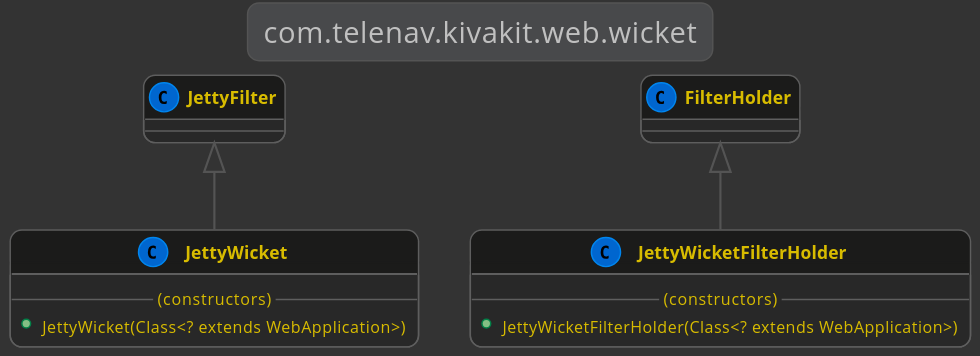
Earlier version of the PlantUML export kivakit-web/wicket/documentation/diagrams/com.telenav.kivakit.web.wicket.svg (Telenav/kivakit). Its diagram source:
```plantuml
@startuml

    !include ../lexakai/lexakai.theme

    title "com.telenav.kivakit.web.wicket"

    JettyFilter <|-- JettyWicket
    class JettyWicket
    {
        --(constructors)--
        +JettyWicket(Class<? extends WebApplication>)
    }

    FilterHolder <|-- JettyWicketFilterHolder
    class JettyWicketFilterHolder
    {
        --(constructors)--
        +JettyWicketFilterHolder(Class<? extends WebApplication>)
    }

@enduml
```
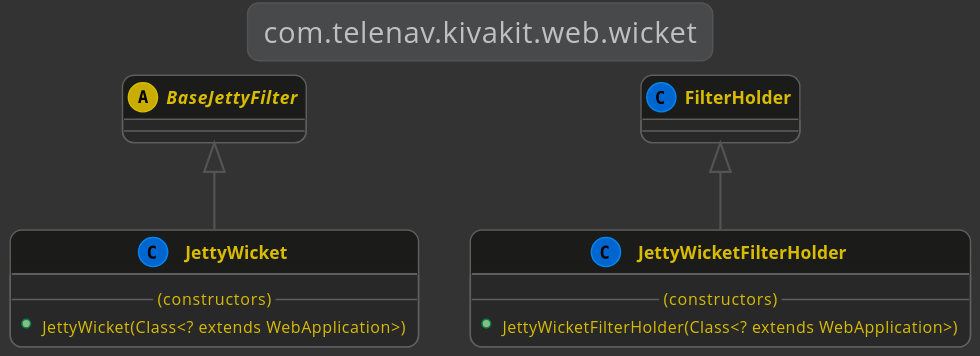
After the commit.

Change to the diagram source:
```diff
@@ -4,7 +4,9 @@
 
     title "com.telenav.kivakit.web.wicket"
 
-    JettyFilter <|-- JettyWicket
+    abstract BaseJettyFilter
+
+    BaseJettyFilter <|-- JettyWicket
     class JettyWicket
     {
         --(constructors)--
```
